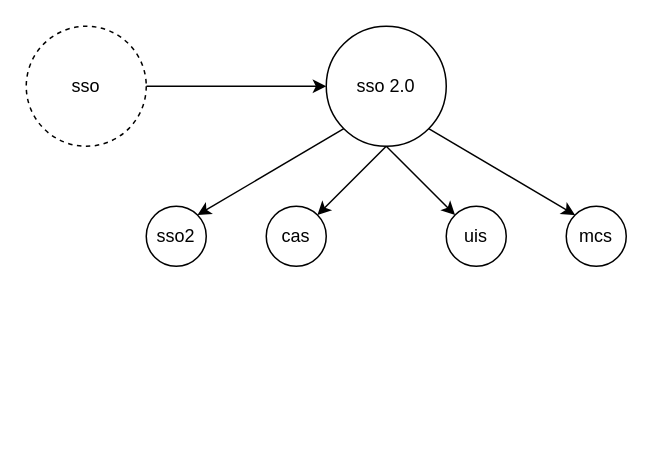
Before: page "Page-1" (1 of 2) of sso.drawio in zhangjiongcn/drawio, a draw.io diagram. Source tidied: cells renumbered, new cells numbered last; positions are measured from the earlier drawing's top-left corner, leaving out a move shared by most shapes. Both pictures are drawn from the tidied source at 150%, with x=0, y=0 at pixel (26, 26).
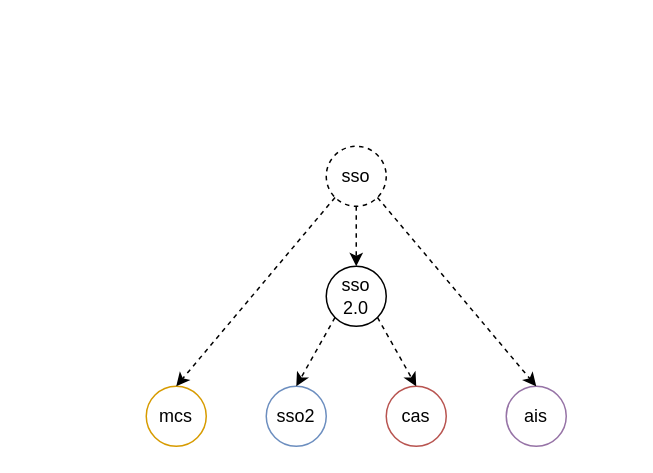
The same page after the edit.

Diff of the diagram source:
```diff
@@
 <mxGraphModel>
   <root>
     <mxCell id="0" />
     <mxCell id="1" parent="0" />
     <mxCell id="2" value="sso 2.0" style="ellipse;whiteSpace=wrap;html=1;" parent="1" vertex="1">
-      <mxGeometry x="200" width="80" height="80" as="geometry" />
+      <mxGeometry x="200" y="160" width="40" height="40" as="geometry" />
     </mxCell>
-    <mxCell id="3" value="sso2" style="ellipse;whiteSpace=wrap;html=1;" parent="1" vertex="1">
-      <mxGeometry x="80" y="120" width="40" height="40" as="geometry" />
+    <mxCell id="3" value="sso2" style="ellipse;whiteSpace=wrap;html=1;fillColor=#FFFFFF;strokeColor=#6c8ebf;" parent="1" vertex="1">
+      <mxGeometry x="160" y="240" width="40" height="40" as="geometry" />
     </mxCell>
-    <mxCell id="4" value="cas" style="ellipse;whiteSpace=wrap;html=1;" parent="1" vertex="1">
-      <mxGeometry x="160" y="120" width="40" height="40" as="geometry" />
+    <mxCell id="4" value="cas" style="ellipse;whiteSpace=wrap;html=1;fillColor=#FFFFFF;strokeColor=#b85450;" parent="1" vertex="1">
+      <mxGeometry x="240" y="240" width="40" height="40" as="geometry" />
     </mxCell>
-    <mxCell id="5" value="uis" style="ellipse;whiteSpace=wrap;html=1;" parent="1" vertex="1">
-      <mxGeometry x="280" y="120" width="40" height="40" as="geometry" />
+    <mxCell id="5" value="ais" style="ellipse;whiteSpace=wrap;html=1;fillColor=#FFFFFF;strokeColor=#9673a6;" parent="1" vertex="1">
+      <mxGeometry x="320" y="240" width="40" height="40" as="geometry" />
     </mxCell>
-    <mxCell id="6" value="mcs" style="ellipse;whiteSpace=wrap;html=1;" parent="1" vertex="1">
-      <mxGeometry x="360" y="120" width="40" height="40" as="geometry" />
+    <mxCell id="6" value="mcs" style="ellipse;whiteSpace=wrap;html=1;fillColor=#ffffff;strokeColor=#d79b00;" parent="1" vertex="1">
+      <mxGeometry x="80" y="240" width="40" height="40" as="geometry" />
     </mxCell>
-    <mxCell id="7" style="edgeStyle=orthogonalEdgeStyle;rounded=0;jettySize=auto;html=1;" parent="1" edge="1" source="8" target="2">
+    <mxCell id="7" style="edgeStyle=orthogonalEdgeStyle;rounded=0;jettySize=auto;html=1;exitX=0.5;exitY=1;exitDx=0;exitDy=0;entryX=0.5;entryY=0;entryDx=0;entryDy=0;dashed=1;" parent="1" edge="1" source="8" target="2">
       <mxGeometry relative="1" as="geometry" />
     </mxCell>
     <mxCell id="8" value="sso" style="ellipse;whiteSpace=wrap;html=1;dashed=1;" parent="1" vertex="1">
-      <mxGeometry width="80" height="80" as="geometry" />
+      <mxGeometry x="200" y="80" width="40" height="40" as="geometry" />
     </mxCell>
-    <mxCell id="9" style="endArrow=classic;html=1;exitX=0;exitY=1;exitDx=0;exitDy=0;entryX=1;entryY=0;entryDx=0;entryDy=0;" parent="1" edge="1" source="2" target="3">
+    <mxCell id="9" style="endArrow=classic;html=1;exitX=0;exitY=1;exitDx=0;exitDy=0;entryX=0.5;entryY=0;entryDx=0;entryDy=0;dashed=1;" parent="1" edge="1" source="2" target="3">
       <mxGeometry relative="1" as="geometry" />
     </mxCell>
-    <mxCell id="10" style="endArrow=classic;html=1;exitX=0.5;exitY=1;exitDx=0;exitDy=0;entryX=1;entryY=0;entryDx=0;entryDy=0;" parent="1" edge="1" source="2" target="4">
+    <mxCell id="10" style="endArrow=classic;html=1;exitX=1;exitY=1;exitDx=0;exitDy=0;entryX=0.5;entryY=0;entryDx=0;entryDy=0;dashed=1;" parent="1" edge="1" source="2" target="4">
       <mxGeometry relative="1" as="geometry" />
     </mxCell>
-    <mxCell id="11" style="endArrow=classic;html=1;exitX=0.5;exitY=1;exitDx=0;exitDy=0;entryX=0;entryY=0;entryDx=0;entryDy=0;" parent="1" edge="1" source="2" target="5">
-      <mxGeometry relative="1" as="geometry" />
-    </mxCell>
-    <mxCell id="12" style="endArrow=classic;html=1;exitX=1;exitY=1;exitDx=0;exitDy=0;entryX=0;entryY=0;entryDx=0;entryDy=0;" parent="1" edge="1" source="2" target="6">
-      <mxGeometry relative="1" as="geometry" />
-    </mxCell>
+    <mxCell id="13" style="endArrow=classic;html=1;exitX=1;exitY=1;exitDx=0;exitDy=0;entryX=0.5;entryY=0;entryDx=0;entryDy=0;dashed=1;" parent="1" edge="1" source="8" target="5">
+      <mxGeometry relative="1" as="geometry" />
+    </mxCell>
+    <mxCell id="14" style="endArrow=classic;html=1;exitX=0;exitY=1;exitDx=0;exitDy=0;entryX=0.5;entryY=0;entryDx=0;entryDy=0;dashed=1;" parent="1" edge="1" source="8" target="6">
+      <mxGeometry relative="1" as="geometry" />
+    </mxCell>
   </root>
 </mxGraphModel>
```
